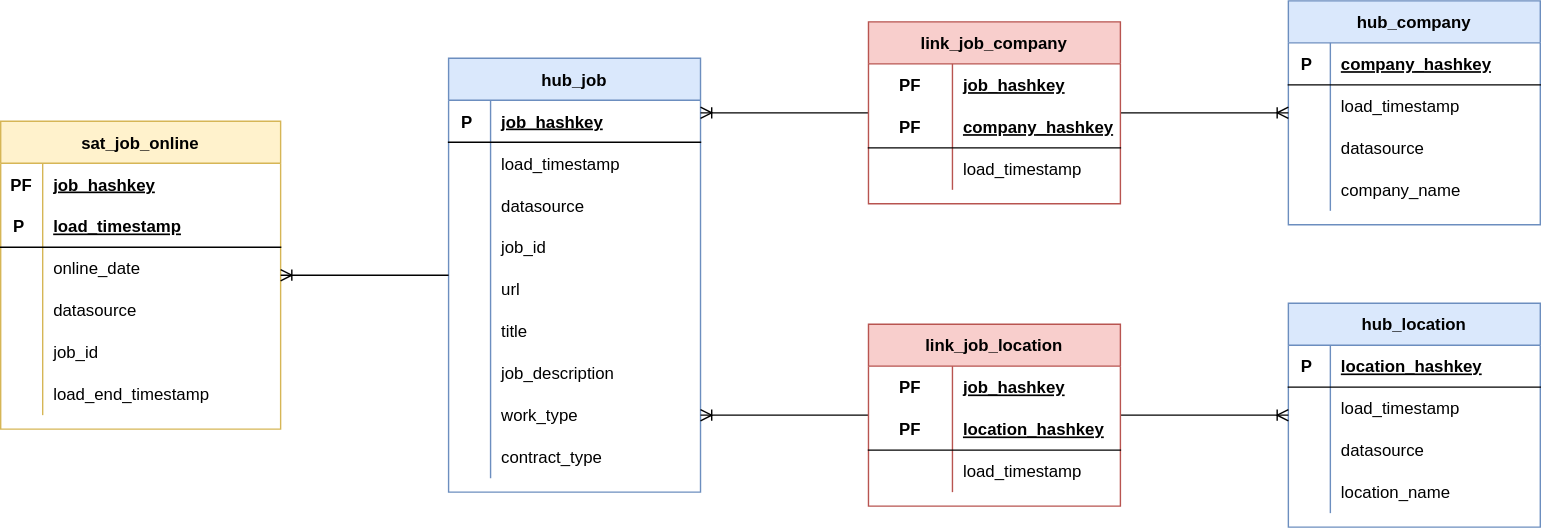
Earlier version of the draw.io export doc/data-vault-model.drawio.svg (petracarrion/job-market-analytics). Source tidied: cells renumbered, new cells last; positions are measured from the earlier drawing's top-left corner, leaving out a move shared by most shapes.
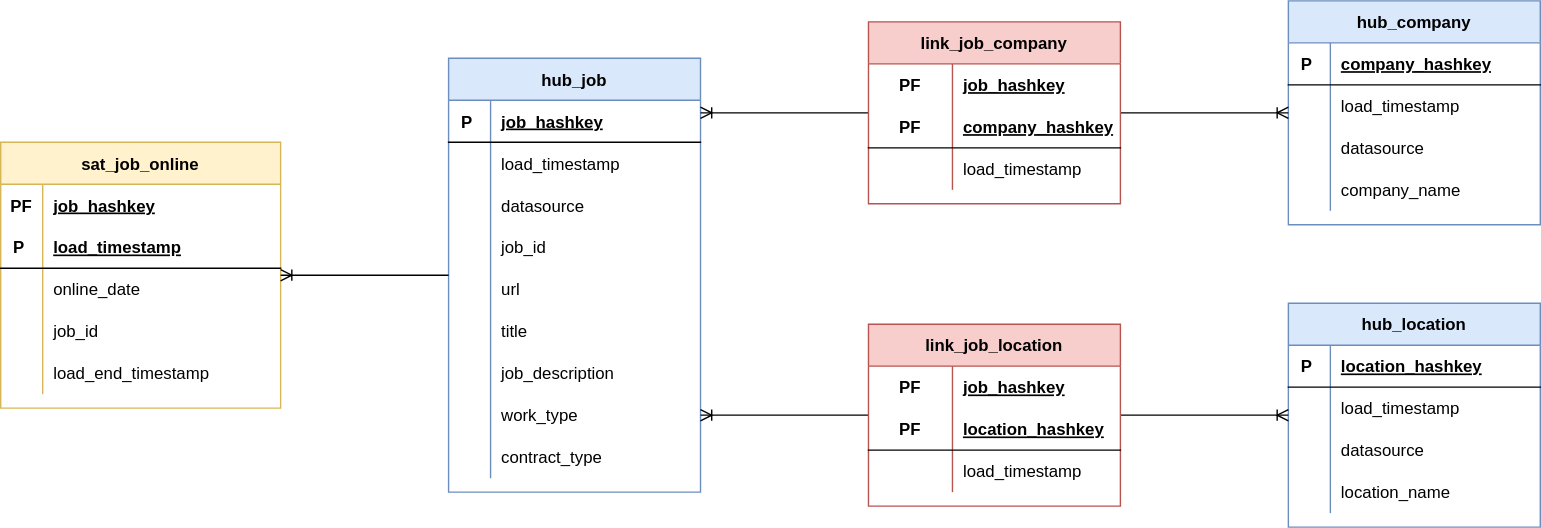
Above is the later version.

Diff of the diagram source:
```diff
@@ -3,7 +3,7 @@
     <mxCell id="0" />
     <mxCell id="1" parent="0" />
     <mxCell id="2" value="sat_job_online" style="shape=table;startSize=30;rowLines=0;fontStyle=1;align=center;fillColor=#FFF2CC;strokeColor=#d6b656;swimlaneFillColor=#ffffff;" parent="1" vertex="1">
-      <mxGeometry y="86" width="200" height="220" as="geometry" />
+      <mxGeometry y="101" width="200" height="190" as="geometry" />
     </mxCell>
     <mxCell id="3" style="shape=partialRectangle;fillColor=none;top=0;left=0;bottom=1;right=0;strokeColor=none;" parent="2" vertex="1">
       <mxGeometry y="30" width="200" height="30" as="geometry" />
@@ -32,17 +32,8 @@
     <mxCell id="11" value="online_date" style="shape=partialRectangle;fillColor=none;top=0;left=0;bottom=0;right=0;align=left;spacingLeft=6;overflow=hidden;" parent="9" vertex="1">
       <mxGeometry x="30" width="170" height="30" as="geometry" />
     </mxCell>
-    <mxCell id="12" style="shape=partialRectangle;fillColor=none;top=0;left=0;bottom=0;right=0;" parent="2" vertex="1">
-      <mxGeometry y="120" width="200" height="30" as="geometry" />
-    </mxCell>
-    <mxCell id="13" style="shape=partialRectangle;fillColor=none;top=0;left=0;bottom=0;right=0;overflow=hidden;" parent="12" vertex="1">
-      <mxGeometry width="30" height="30" as="geometry" />
-    </mxCell>
-    <mxCell id="14" value="datasource" style="shape=partialRectangle;fillColor=none;top=0;left=0;bottom=0;right=0;align=left;spacingLeft=6;overflow=hidden;" parent="12" vertex="1">
-      <mxGeometry x="30" width="170" height="30" as="geometry" />
-    </mxCell>
     <mxCell id="15" style="shape=partialRectangle;fillColor=none;top=0;left=0;bottom=0;right=0;" parent="2" vertex="1">
-      <mxGeometry y="150" width="200" height="30" as="geometry" />
+      <mxGeometry y="120" width="200" height="30" as="geometry" />
     </mxCell>
     <mxCell id="16" style="shape=partialRectangle;fillColor=none;top=0;left=0;bottom=0;right=0;overflow=hidden;" parent="15" vertex="1">
       <mxGeometry width="30" height="30" as="geometry" />
@@ -51,7 +42,7 @@
       <mxGeometry x="30" width="170" height="30" as="geometry" />
     </mxCell>
     <mxCell id="18" style="shape=partialRectangle;fillColor=none;top=0;left=0;bottom=0;right=0;" parent="2" vertex="1">
-      <mxGeometry y="180" width="200" height="30" as="geometry" />
+      <mxGeometry y="150" width="200" height="30" as="geometry" />
     </mxCell>
     <mxCell id="19" style="shape=partialRectangle;fillColor=none;top=0;left=0;bottom=0;right=0;overflow=hidden;" parent="18" vertex="1">
       <mxGeometry width="30" height="30" as="geometry" />
```
